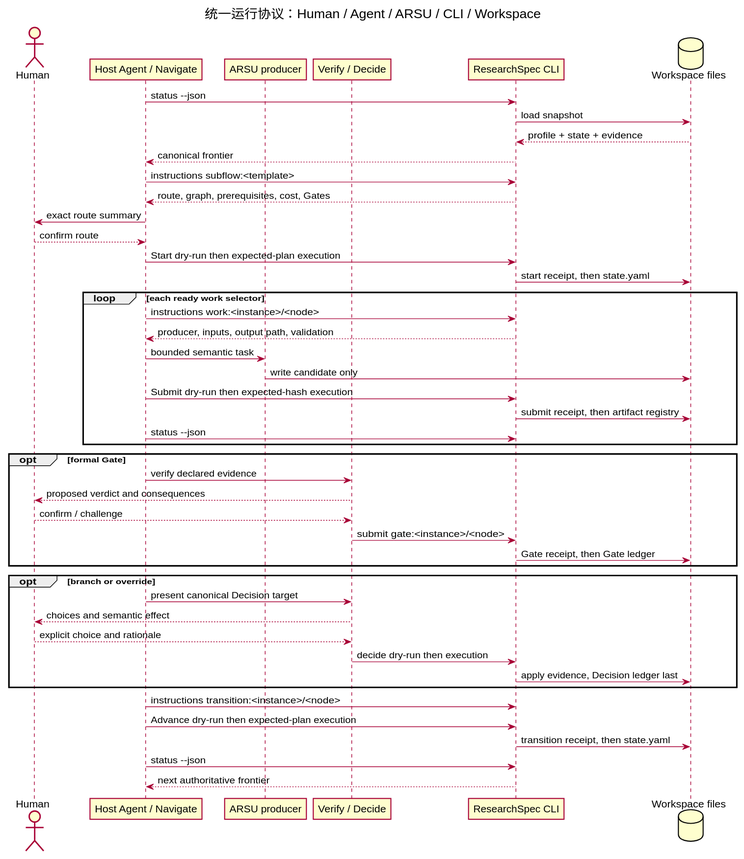
Above: docs/researchspec_arsu_runtime/diagrams/rendered/runtime-control-loop.svg in leike0813/ResearchSpec (PlantUML), before the change. The source it was exported from:
```plantuml
@startuml
title 统一运行协议：Human / Agent / ARSU / CLI / Workspace
skinparam shadowing false
actor Human
participant "Host Agent / Navigate" as Agent
participant "ARSU producer" as ARSU
participant "Verify / Decide" as Companion
participant "ResearchSpec CLI" as CLI
database "Workspace files" as Files

Agent -> CLI : status --json
CLI -> Files : load snapshot
Files --> CLI : profile + state + evidence
CLI --> Agent : canonical frontier
Agent -> CLI : instructions subflow:<template>
CLI --> Agent : route, graph, prerequisites, cost, Gates
Agent -> Human : exact route summary
Human --> Agent : confirm route
Agent -> CLI : Start dry-run then expected-plan execution
CLI -> Files : start receipt, then state.yaml

loop each ready work selector
  Agent -> CLI : instructions work:<instance>/<node>
  CLI --> Agent : producer, inputs, output path, validation
  Agent -> ARSU : bounded semantic task
  ARSU -> Files : write candidate only
  Agent -> CLI : Submit dry-run then expected-hash execution
  CLI -> Files : submit receipt, then artifact registry
  Agent -> CLI : status --json
end

opt formal Gate
  Agent -> Companion : verify declared evidence
  Companion --> Human : proposed verdict and consequences
  Human --> Companion : confirm / challenge
  Companion -> CLI : submit gate:<instance>/<node>
  CLI -> Files : Gate receipt, then Gate ledger
end

opt branch or override
  Agent -> Companion : present canonical Decision target
  Companion --> Human : choices and semantic effect
  Human --> Companion : explicit choice and rationale
  Companion -> CLI : decide dry-run then execution
  CLI -> Files : apply evidence, Decision ledger last
end

Agent -> CLI : instructions transition:<instance>/<node>
Agent -> CLI : Advance dry-run then expected-plan execution
CLI -> Files : transition receipt, then state.yaml
Agent -> CLI : status --json
CLI --> Agent : next authoritative frontier
@enduml
```
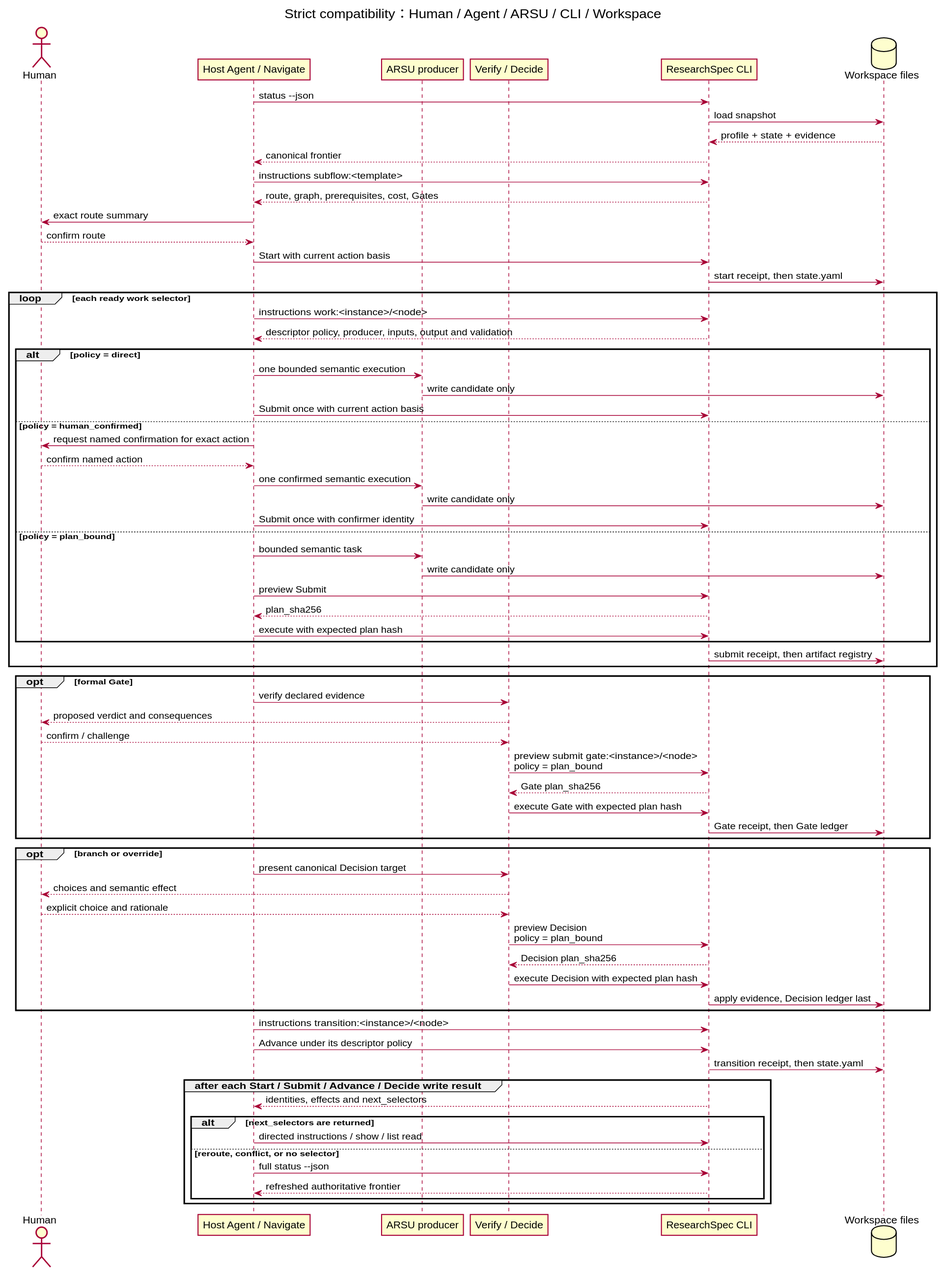
After the change.

What changed in the source:
```diff
@@ -1,5 +1,5 @@
 @startuml
-title 统一运行协议：Human / Agent / ARSU / CLI / Workspace
+title Strict compatibility：Human / Agent / ARSU / CLI / Workspace
 skinparam shadowing false
 actor Human
 participant "Host Agent / Navigate" as Agent
@@ -16,24 +16,39 @@
 CLI --> Agent : route, graph, prerequisites, cost, Gates
 Agent -> Human : exact route summary
 Human --> Agent : confirm route
-Agent -> CLI : Start dry-run then expected-plan execution
+Agent -> CLI : Start with current action basis
 CLI -> Files : start receipt, then state.yaml
 
 loop each ready work selector
   Agent -> CLI : instructions work:<instance>/<node>
-  CLI --> Agent : producer, inputs, output path, validation
-  Agent -> ARSU : bounded semantic task
-  ARSU -> Files : write candidate only
-  Agent -> CLI : Submit dry-run then expected-hash execution
+  CLI --> Agent : descriptor policy, producer, inputs, output and validation
+  alt policy = direct
+    Agent -> ARSU : one bounded semantic execution
+    ARSU -> Files : write candidate only
+    Agent -> CLI : Submit once with current action basis
+  else policy = human_confirmed
+    Agent -> Human : request named confirmation for exact action
+    Human --> Agent : confirm named action
+    Agent -> ARSU : one confirmed semantic execution
+    ARSU -> Files : write candidate only
+    Agent -> CLI : Submit once with confirmer identity
+  else policy = plan_bound
+    Agent -> ARSU : bounded semantic task
+    ARSU -> Files : write candidate only
+    Agent -> CLI : preview Submit
+    CLI --> Agent : plan_sha256
+    Agent -> CLI : execute with expected plan hash
+  end
   CLI -> Files : submit receipt, then artifact registry
-  Agent -> CLI : status --json
 end
 
 opt formal Gate
   Agent -> Companion : verify declared evidence
   Companion --> Human : proposed verdict and consequences
   Human --> Companion : confirm / challenge
-  Companion -> CLI : submit gate:<instance>/<node>
+  Companion -> CLI : preview submit gate:<instance>/<node>\npolicy = plan_bound
+  CLI --> Companion : Gate plan_sha256
+  Companion -> CLI : execute Gate with expected plan hash
   CLI -> Files : Gate receipt, then Gate ledger
 end
 
@@ -41,13 +56,22 @@
   Agent -> Companion : present canonical Decision target
   Companion --> Human : choices and semantic effect
   Human --> Companion : explicit choice and rationale
-  Companion -> CLI : decide dry-run then execution
+  Companion -> CLI : preview Decision\npolicy = plan_bound
+  CLI --> Companion : Decision plan_sha256
+  Companion -> CLI : execute Decision with expected plan hash
   CLI -> Files : apply evidence, Decision ledger last
 end
 
 Agent -> CLI : instructions transition:<instance>/<node>
-Agent -> CLI : Advance dry-run then expected-plan execution
+Agent -> CLI : Advance under its descriptor policy
 CLI -> Files : transition receipt, then state.yaml
-Agent -> CLI : status --json
-CLI --> Agent : next authoritative frontier
+group after each Start / Submit / Advance / Decide write result
+  CLI --> Agent : identities, effects and next_selectors
+  alt next_selectors are returned
+    Agent -> CLI : directed instructions / show / list read
+  else reroute, conflict, or no selector
+    Agent -> CLI : full status --json
+    CLI --> Agent : refreshed authoritative frontier
+  end
+end
 @enduml
```
